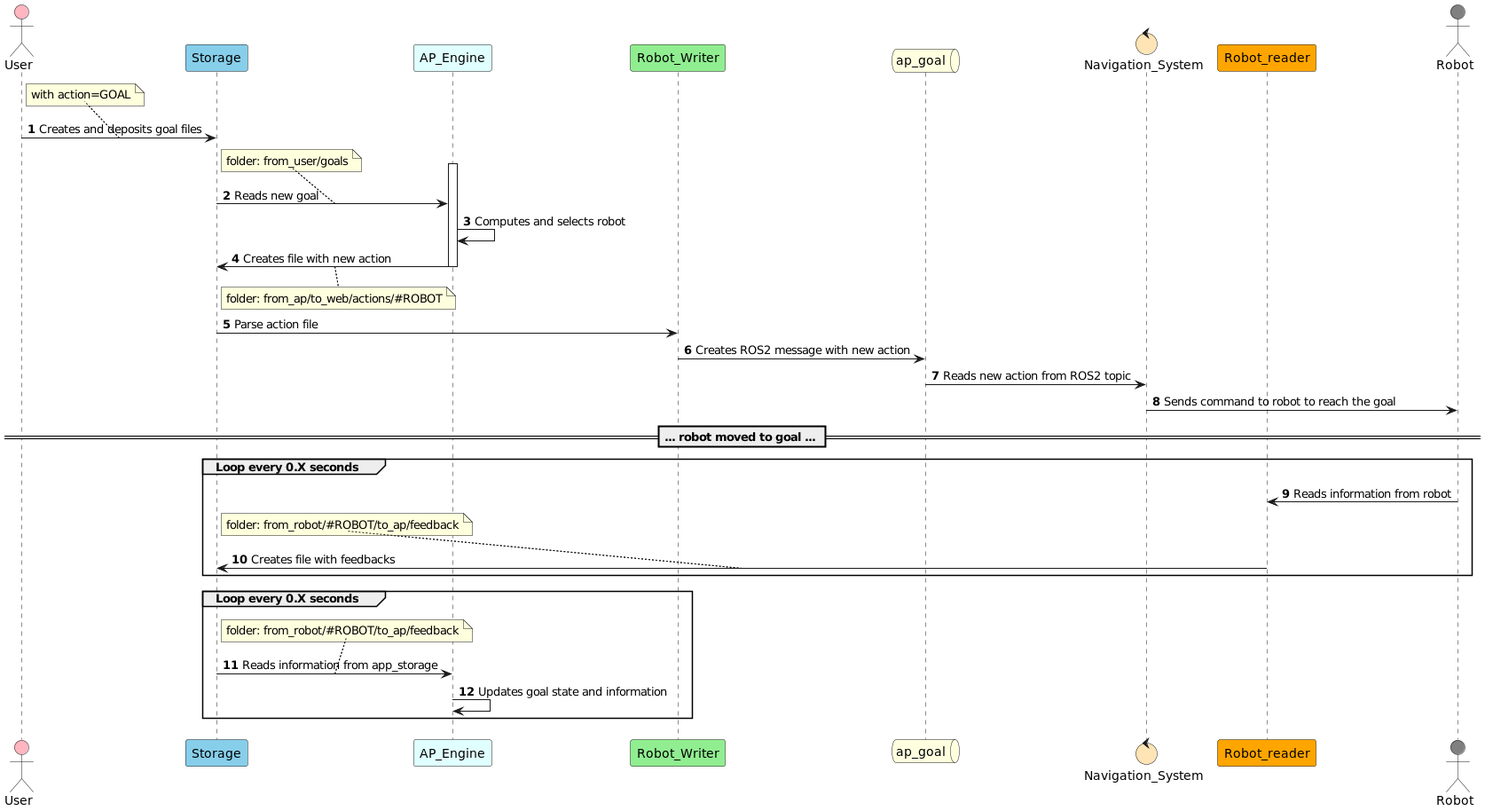
Before: doc/usecases/uml_seq_arch_goal.png, a diagram exported from PlantUML (fcpp-experiments/ros2-library-project).
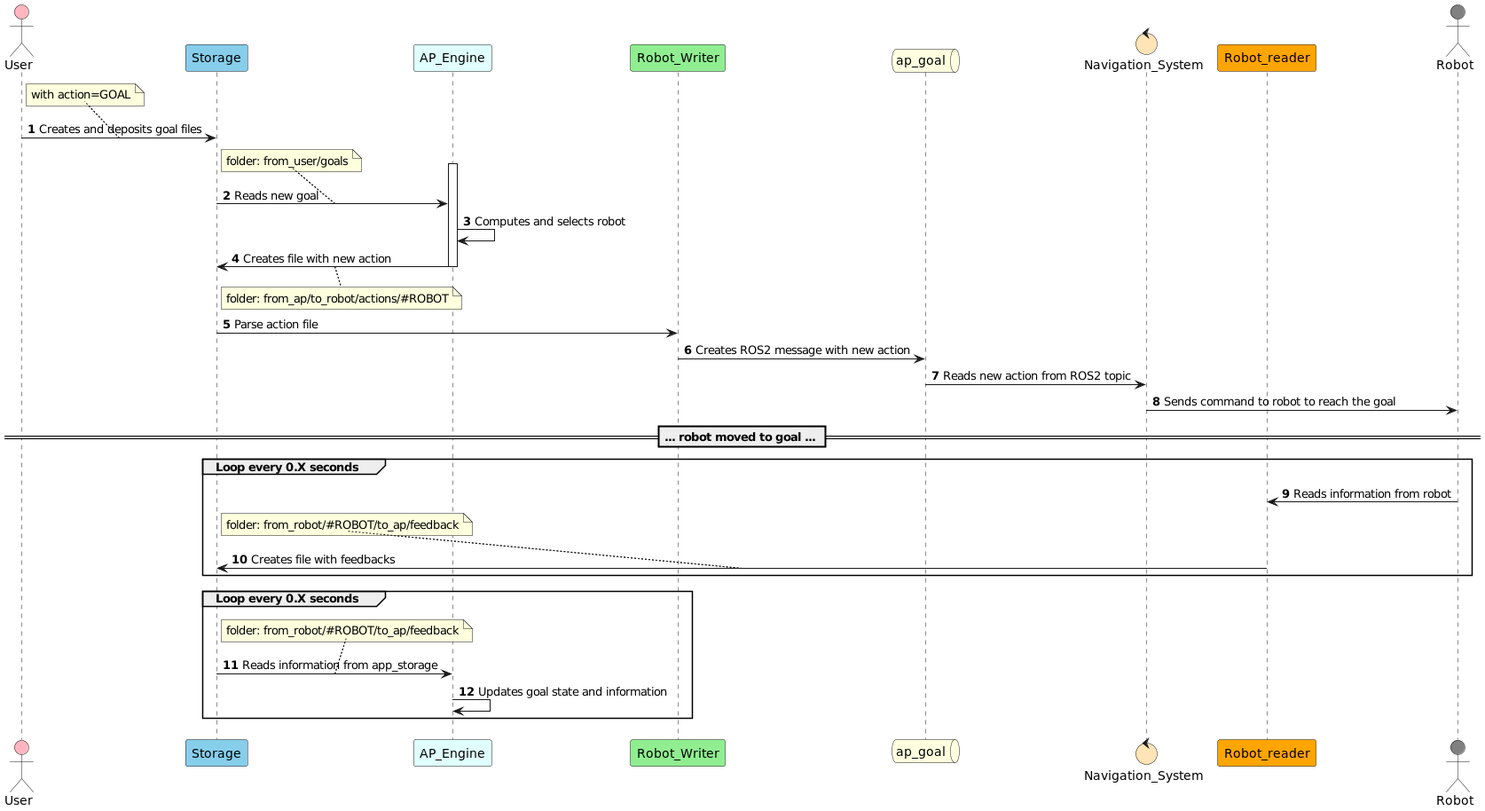
After the change.

Diff of the diagram source:
```diff
@@ -24,7 +24,7 @@
     ap_engine -> ap_engine: Computes and selects robot
     ap_engine -> app_storage: Creates file with new action
     note bottom
-        folder: from_ap/to_web/actions/#ROBOT
+        folder: from_ap/to_robot/actions/#ROBOT
     end note
 deactivate ap_engine
 
```
